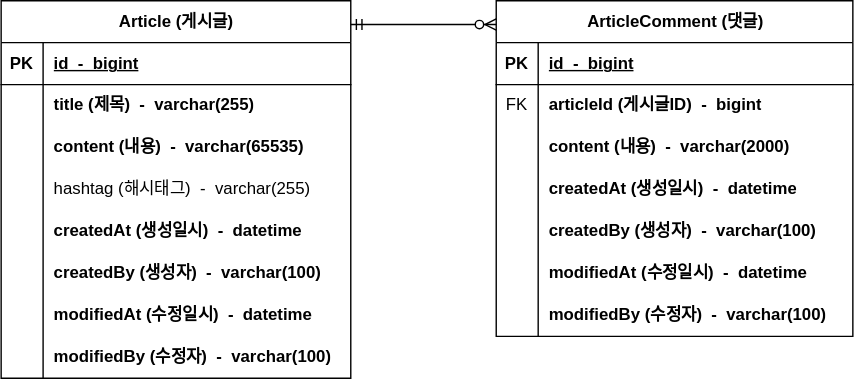
Above: document/board_erd.drawio.svg in jeongmin9946/fc-study-board (draw.io), before the change. Source tidied: cells renumbered, new cells last; positions are measured from the earlier drawing's top-left corner, leaving out a move shared by most shapes.
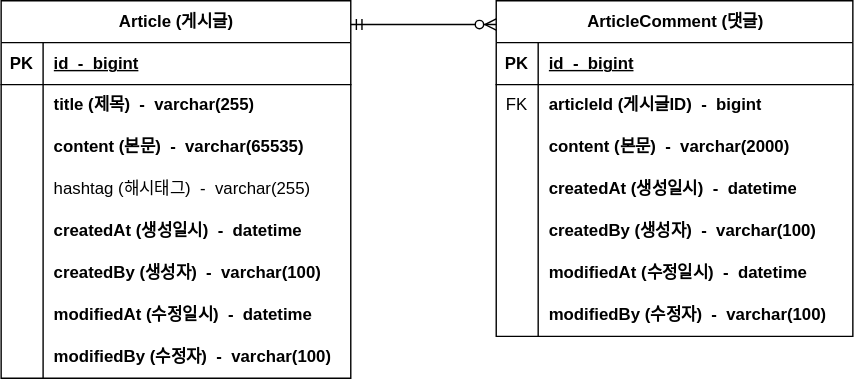
The same diagram one commit later.

Change to the diagram source:
```diff
@@ -29,7 +29,7 @@
     <mxCell id="10" style="shape=partialRectangle;fillColor=none;top=0;left=0;bottom=0;right=0;overflow=hidden;whiteSpace=wrap;html=1;" parent="9" vertex="1">
       <mxGeometry width="30" height="30" as="geometry" />
     </mxCell>
-    <mxCell id="11" value="content (내용)&amp;nbsp; -&amp;nbsp; varchar(65535)" style="shape=partialRectangle;fillColor=none;top=0;left=0;bottom=0;right=0;align=left;spacingLeft=6;overflow=hidden;whiteSpace=wrap;html=1;fontStyle=1;" parent="9" vertex="1">
+    <mxCell id="11" value="content (본문)&amp;nbsp; -&amp;nbsp; varchar(65535)" style="shape=partialRectangle;fillColor=none;top=0;left=0;bottom=0;right=0;align=left;spacingLeft=6;overflow=hidden;whiteSpace=wrap;html=1;fontStyle=1;" parent="9" vertex="1">
       <mxGeometry x="30" width="220" height="30" as="geometry" />
     </mxCell>
     <mxCell id="12" style="shape=tableRow;horizontal=0;startSize=0;swimlaneHead=0;swimlaneBody=0;fillColor=none;top=0;left=0;right=0;bottom=0;" parent="2" vertex="1">
@@ -104,7 +104,7 @@
     <mxCell id="35" style="shape=partialRectangle;fillColor=none;top=0;left=0;bottom=0;right=0;overflow=hidden;whiteSpace=wrap;html=1;" parent="34" vertex="1">
       <mxGeometry width="30" height="30" as="geometry" />
     </mxCell>
-    <mxCell id="36" value="content (내용)&amp;nbsp; -&amp;nbsp; varchar(2000)" style="shape=partialRectangle;fillColor=none;top=0;left=0;bottom=0;right=0;align=left;spacingLeft=6;overflow=hidden;whiteSpace=wrap;html=1;fontStyle=1;" parent="34" vertex="1">
+    <mxCell id="36" value="content (본문)&amp;nbsp; -&amp;nbsp; varchar(2000)" style="shape=partialRectangle;fillColor=none;top=0;left=0;bottom=0;right=0;align=left;spacingLeft=6;overflow=hidden;whiteSpace=wrap;html=1;fontStyle=1;" parent="34" vertex="1">
       <mxGeometry x="30" width="225" height="30" as="geometry" />
     </mxCell>
     <mxCell id="37" style="shape=tableRow;horizontal=0;startSize=0;swimlaneHead=0;swimlaneBody=0;fillColor=none;top=0;left=0;right=0;bottom=0;" parent="27" vertex="1">
```
